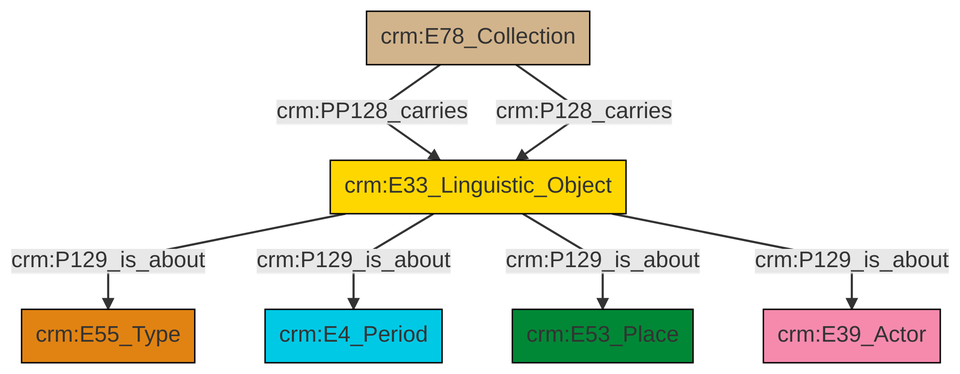
This is et/archivalCSV/ttl/mmd/png/archival_aboutness.png from swiss-art-research-net/docs.swissartresearch, a Mermaid export, as it was before one commit. Its source is kept beside it as et/archivalCSV/ttl/mmd/archival_aboutness.ttl.mmd.
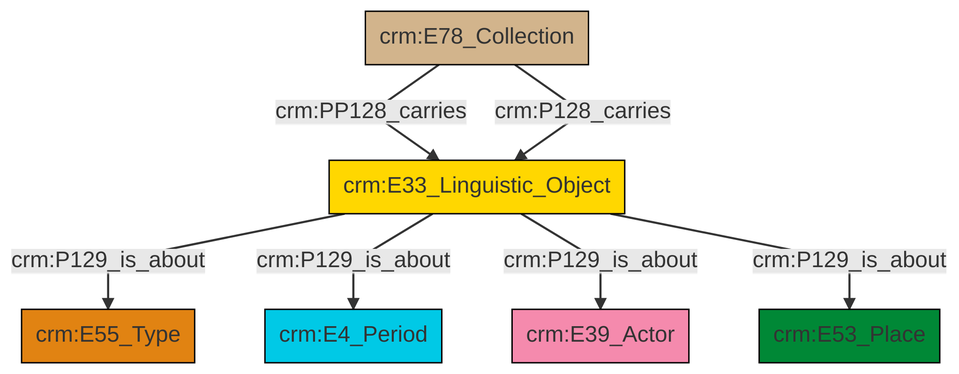
After the change.

What changed in the source:
```diff
@@ -13,9 +13,9 @@
 classDef PC_Classes fill:#4ce600, stroke:#000000;
 classDef Multi fill:#cccccc,stroke:#000000;
 
-0["crm:E33_Linguistic_Object"]:::Conceptual_Object -->|crm:P129_is_about| 1["crm:E55_Type"]:::Type
-2["crm:E78_Collection"]:::Physical_Thing -->|crm:PP128_carries| 0["crm:E33_Linguistic_Object"]:::Conceptual_Object
-0["crm:E33_Linguistic_Object"]:::Conceptual_Object -->|crm:P129_is_about| 4["crm:E4_Period"]:::Temporal_Entity
-0["crm:E33_Linguistic_Object"]:::Conceptual_Object -->|crm:P129_is_about| 5["crm:E53_Place"]:::Place
-0["crm:E33_Linguistic_Object"]:::Conceptual_Object -->|crm:P129_is_about| 6["crm:E39_Actor"]:::Actor
-2["crm:E78_Collection"]:::Physical_Thing -->|crm:P128_carries| 0["crm:E33_Linguistic_Object"]:::Conceptual_Object
+6["crm:E33_Linguistic_Object"]:::Conceptual_Object -->|crm:P129_is_about| 4["crm:E55_Type"]:::Type
+6["crm:E33_Linguistic_Object"]:::Conceptual_Object -->|crm:P129_is_about| 2["crm:E4_Period"]:::Temporal_Entity
+0["crm:E78_Collection"]:::Physical_Thing -->|crm:PP128_carries| 6["crm:E33_Linguistic_Object"]:::Conceptual_Object
+6["crm:E33_Linguistic_Object"]:::Conceptual_Object -->|crm:P129_is_about| 10["crm:E39_Actor"]:::Actor
+0["crm:E78_Collection"]:::Physical_Thing -->|crm:P128_carries| 6["crm:E33_Linguistic_Object"]:::Conceptual_Object
+6["crm:E33_Linguistic_Object"]:::Conceptual_Object -->|crm:P129_is_about| 7["crm:E53_Place"]:::Place
```
